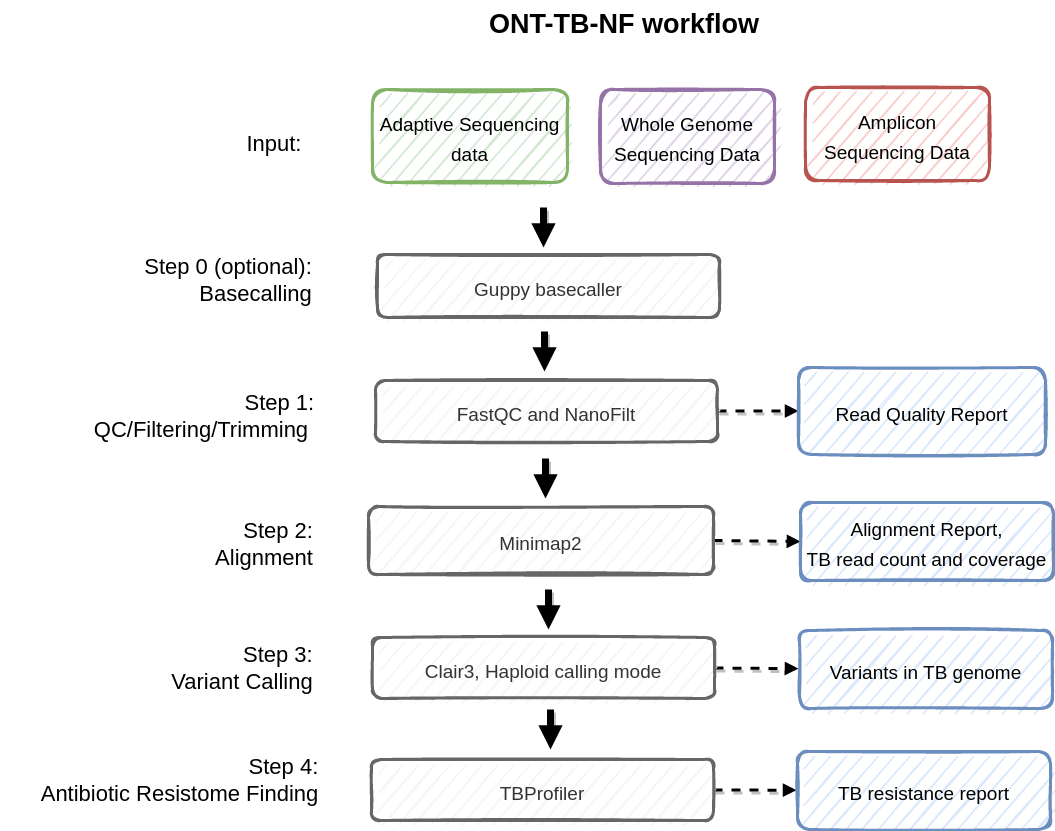
The draw.io diagram figures/wf.png in HKU-BAL/ONT-TB-NF, before a commit. Source tidied: cells renumbered, new cells last; positions are measured from the earlier drawing's top-left corner, leaving out a move shared by most shapes. Source of this version:
```xml
<mxGraphModel>
  <root>
    <mxCell id="0" />
    <mxCell id="1" parent="0" />
    <mxCell id="2" value="&lt;b&gt;&lt;font style=&quot;font-size: 27px;&quot;&gt;ONT-TB-NF workflow&lt;/font&gt;&lt;/b&gt;" style="text;html=1;strokeColor=none;fillColor=none;align=center;verticalAlign=middle;whiteSpace=wrap;rounded=0;" parent="1" vertex="1">
      <mxGeometry x="457" width="334" height="47" as="geometry" />
    </mxCell>
    <mxCell id="3" value="&lt;font style=&quot;font-size: 22px;&quot;&gt;Input:&amp;nbsp;&lt;/font&gt;" style="text;html=1;strokeColor=none;fillColor=none;align=center;verticalAlign=middle;whiteSpace=wrap;rounded=0;fontSize=17;" parent="1" vertex="1">
      <mxGeometry x="247" y="129" width="60" height="30" as="geometry" />
    </mxCell>
    <mxCell id="4" value="&lt;font style=&quot;font-size: 19px;&quot;&gt;Adaptive Sequencing data&lt;/font&gt;" style="rounded=1;whiteSpace=wrap;html=1;fontSize=25;fillColor=#d5e8d4;strokeColor=#82b366;strokeWidth=3;shadow=0;sketch=1;" parent="1" vertex="1">
      <mxGeometry x="372" y="89" width="195" height="93" as="geometry" />
    </mxCell>
    <mxCell id="5" value="&lt;font style=&quot;font-size: 19px;&quot;&gt;Whole Genome Sequencing Data&lt;/font&gt;" style="rounded=1;whiteSpace=wrap;html=1;fontSize=25;fillColor=#e1d5e7;strokeColor=#9673a6;strokeWidth=3;sketch=1;" parent="1" vertex="1">
      <mxGeometry x="600" y="89" width="174" height="94" as="geometry" />
    </mxCell>
    <mxCell id="6" value="&lt;font style=&quot;font-size: 19px;&quot;&gt;Amplicon Sequencing Data&lt;/font&gt;" style="rounded=1;whiteSpace=wrap;html=1;fontSize=25;fillColor=#f8cecc;strokeColor=#b85450;strokeWidth=3;glass=0;sketch=1;" parent="1" vertex="1">
      <mxGeometry x="805" y="87" width="184" height="93" as="geometry" />
    </mxCell>
    <mxCell id="7" value="&lt;span style=&quot;font-size: 19px;&quot;&gt;Guppy basecaller&lt;/span&gt;" style="rounded=1;whiteSpace=wrap;html=1;fontSize=25;fillColor=#f5f5f5;strokeColor=#666666;strokeWidth=3;fontColor=#333333;sketch=1;" parent="1" vertex="1">
      <mxGeometry x="377" y="254" width="342" height="63" as="geometry" />
    </mxCell>
    <mxCell id="8" value="&lt;div style=&quot;text-align: right;&quot;&gt;&lt;span style=&quot;font-size: 22px; background-color: initial;&quot;&gt;Step 0 (optional):&lt;/span&gt;&lt;/div&gt;&lt;font style=&quot;font-size: 22px;&quot;&gt;&lt;div style=&quot;text-align: right;&quot;&gt;&lt;span style=&quot;background-color: initial;&quot;&gt;Basecalling&lt;/span&gt;&lt;/div&gt;&lt;/font&gt;" style="text;html=1;strokeColor=none;fillColor=none;align=center;verticalAlign=middle;whiteSpace=wrap;rounded=0;fontSize=17;" parent="1" vertex="1">
      <mxGeometry x="77" y="258" width="302" height="44" as="geometry" />
    </mxCell>
    <mxCell id="9" value="&lt;div style=&quot;text-align: right;&quot;&gt;&lt;span style=&quot;font-size: 22px; background-color: initial;&quot;&gt;Step 1:&lt;/span&gt;&lt;/div&gt;&lt;font style=&quot;font-size: 22px;&quot;&gt;&lt;div style=&quot;text-align: right;&quot;&gt;QC/Filtering/Trimming&amp;nbsp;&lt;/div&gt;&lt;/font&gt;" style="text;html=1;strokeColor=none;fillColor=none;align=center;verticalAlign=middle;whiteSpace=wrap;rounded=0;fontSize=17;" parent="1" vertex="1">
      <mxGeometry x="53" y="394" width="302" height="43" as="geometry" />
    </mxCell>
    <mxCell id="10" style="endArrow=block;html=1;rounded=0;fontSize=22;strokeWidth=7;strokeColor=default;endFill=1;targetPerimeterSpacing=1;shadow=1;" parent="1" edge="1">
      <mxGeometry relative="1" as="geometry">
        <mxPoint x="543" y="207" as="sourcePoint" />
        <mxPoint x="543" y="247" as="targetPoint" />
      </mxGeometry>
    </mxCell>
    <mxCell id="11" style="edgeStyle=none;rounded=0;jettySize=auto;html=1;exitX=1;exitY=0.5;exitDx=0;exitDy=0;entryX=0;entryY=0.5;entryDx=0;entryDy=0;shadow=1;strokeColor=default;strokeWidth=3;fontSize=20;endArrow=block;endFill=1;targetPerimeterSpacing=1;dashed=1;" parent="1" edge="1" source="12" target="26">
      <mxGeometry relative="1" as="geometry" />
    </mxCell>
    <mxCell id="12" value="&lt;span style=&quot;font-size: 19px;&quot;&gt;FastQC and NanoFilt&lt;/span&gt;" style="rounded=1;whiteSpace=wrap;html=1;fontSize=25;fillColor=#f5f5f5;strokeColor=#666666;strokeWidth=3;fontColor=#333333;sketch=1;" parent="1" vertex="1">
      <mxGeometry x="375" y="380" width="342" height="61" as="geometry" />
    </mxCell>
    <mxCell id="13" style="edgeStyle=none;rounded=0;jettySize=auto;html=1;exitX=1;exitY=0.5;exitDx=0;exitDy=0;entryX=0;entryY=0.5;entryDx=0;entryDy=0;shadow=1;dashed=1;strokeColor=default;strokeWidth=3;fontSize=20;endArrow=block;endFill=1;targetPerimeterSpacing=1;" parent="1" edge="1" source="14" target="27">
      <mxGeometry relative="1" as="geometry" />
    </mxCell>
    <mxCell id="14" value="&lt;span style=&quot;font-size: 19px;&quot;&gt;Minimap2&lt;/span&gt;" style="rounded=1;whiteSpace=wrap;html=1;fontSize=25;fillColor=#f5f5f5;strokeColor=#666666;strokeWidth=3;fontColor=#333333;sketch=1;" parent="1" vertex="1">
      <mxGeometry x="368" y="506" width="345" height="68" as="geometry" />
    </mxCell>
    <mxCell id="15" value="&lt;div style=&quot;text-align: right;&quot;&gt;&lt;span style=&quot;font-size: 22px; background-color: initial;&quot;&gt;Step 2:&lt;/span&gt;&lt;/div&gt;&lt;font style=&quot;font-size: 22px;&quot;&gt;&lt;div style=&quot;text-align: right;&quot;&gt;Alignment&lt;/div&gt;&lt;/font&gt;" style="text;html=1;strokeColor=none;fillColor=none;align=center;verticalAlign=middle;whiteSpace=wrap;rounded=0;fontSize=17;" parent="1" vertex="1">
      <mxGeometry x="113" y="522" width="302" height="43" as="geometry" />
    </mxCell>
    <mxCell id="16" style="endArrow=block;html=1;rounded=0;fontSize=22;strokeWidth=7;strokeColor=default;endFill=1;targetPerimeterSpacing=1;shadow=1;" parent="1" edge="1">
      <mxGeometry relative="1" as="geometry">
        <mxPoint x="544" y="334" as="sourcePoint" />
        <mxPoint x="544" y="374" as="targetPoint" />
      </mxGeometry>
    </mxCell>
    <mxCell id="17" style="endArrow=block;html=1;rounded=0;fontSize=22;strokeWidth=7;strokeColor=default;endFill=1;targetPerimeterSpacing=1;shadow=1;" parent="1" edge="1">
      <mxGeometry relative="1" as="geometry">
        <mxPoint x="545" y="458" as="sourcePoint" />
        <mxPoint x="545" y="498" as="targetPoint" />
      </mxGeometry>
    </mxCell>
    <mxCell id="18" style="edgeStyle=none;rounded=0;jettySize=auto;html=1;exitX=1;exitY=0.5;exitDx=0;exitDy=0;shadow=1;dashed=1;strokeColor=default;strokeWidth=3;fontSize=20;endArrow=block;endFill=1;targetPerimeterSpacing=1;" parent="1" edge="1" source="19" target="28">
      <mxGeometry relative="1" as="geometry" />
    </mxCell>
    <mxCell id="19" value="&lt;span style=&quot;font-size: 19px;&quot;&gt;Clair3, Haploid calling mode&lt;/span&gt;" style="rounded=1;whiteSpace=wrap;html=1;fontSize=25;fillColor=#f5f5f5;strokeColor=#666666;strokeWidth=3;fontColor=#333333;sketch=1;" parent="1" vertex="1">
      <mxGeometry x="372" y="637" width="342" height="61" as="geometry" />
    </mxCell>
    <mxCell id="20" style="endArrow=block;html=1;rounded=0;fontSize=22;strokeWidth=7;strokeColor=default;endFill=1;targetPerimeterSpacing=1;shadow=1;" parent="1" edge="1">
      <mxGeometry relative="1" as="geometry">
        <mxPoint x="548" y="589" as="sourcePoint" />
        <mxPoint x="548" y="629" as="targetPoint" />
      </mxGeometry>
    </mxCell>
    <mxCell id="21" value="&lt;div style=&quot;text-align: right;&quot;&gt;&lt;span style=&quot;font-size: 22px; background-color: initial;&quot;&gt;Step 3:&lt;/span&gt;&lt;/div&gt;&lt;font style=&quot;font-size: 22px;&quot;&gt;&lt;div style=&quot;text-align: right;&quot;&gt;Variant Calling&lt;/div&gt;&lt;/font&gt;" style="text;html=1;strokeColor=none;fillColor=none;align=center;verticalAlign=middle;whiteSpace=wrap;rounded=0;fontSize=17;" parent="1" vertex="1">
      <mxGeometry x="91" y="646" width="302" height="43" as="geometry" />
    </mxCell>
    <mxCell id="22" value="&lt;div style=&quot;text-align: right;&quot;&gt;&lt;span style=&quot;font-size: 22px; background-color: initial;&quot;&gt;Step 4:&lt;/span&gt;&lt;/div&gt;&lt;font style=&quot;font-size: 22px;&quot;&gt;&lt;div style=&quot;text-align: right;&quot;&gt;Antibiotic Resistome Finding&lt;/div&gt;&lt;/font&gt;" style="text;html=1;strokeColor=none;fillColor=none;align=center;verticalAlign=middle;whiteSpace=wrap;rounded=0;fontSize=17;" parent="1" vertex="1">
      <mxGeometry y="758" width="359" height="43" as="geometry" />
    </mxCell>
    <mxCell id="23" style="edgeStyle=none;rounded=0;jettySize=auto;html=1;exitX=1;exitY=0.5;exitDx=0;exitDy=0;shadow=1;dashed=1;strokeColor=default;strokeWidth=3;fontSize=20;endArrow=block;endFill=1;targetPerimeterSpacing=1;" parent="1" edge="1" source="24" target="29">
      <mxGeometry relative="1" as="geometry" />
    </mxCell>
    <mxCell id="24" value="&lt;span style=&quot;font-size: 19px;&quot;&gt;TBProfiler&lt;/span&gt;" style="rounded=1;whiteSpace=wrap;html=1;fontSize=25;fillColor=#f5f5f5;strokeColor=#666666;strokeWidth=3;fontColor=#333333;sketch=1;" parent="1" vertex="1">
      <mxGeometry x="371" y="759" width="342" height="61" as="geometry" />
    </mxCell>
    <mxCell id="25" style="endArrow=block;html=1;rounded=0;fontSize=22;strokeWidth=7;strokeColor=default;endFill=1;targetPerimeterSpacing=1;shadow=1;" parent="1" edge="1">
      <mxGeometry relative="1" as="geometry">
        <mxPoint x="550" y="709" as="sourcePoint" />
        <mxPoint x="550" y="749" as="targetPoint" />
      </mxGeometry>
    </mxCell>
    <mxCell id="26" value="&lt;span style=&quot;font-size: 19px;&quot;&gt;Read Quality Report&lt;/span&gt;" style="rounded=1;whiteSpace=wrap;html=1;fontSize=25;fillColor=#dae8fc;strokeColor=#6c8ebf;strokeWidth=3;sketch=1;" parent="1" vertex="1">
      <mxGeometry x="798" y="367" width="247" height="87" as="geometry" />
    </mxCell>
    <mxCell id="27" value="&lt;span style=&quot;font-size: 19px;&quot;&gt;Alignment Report,&lt;br&gt;TB read count and coverage&lt;br&gt;&lt;/span&gt;" style="rounded=1;whiteSpace=wrap;html=1;fontSize=25;fillColor=#dae8fc;strokeColor=#6c8ebf;strokeWidth=3;sketch=1;" parent="1" vertex="1">
      <mxGeometry x="800" y="502" width="253" height="78" as="geometry" />
    </mxCell>
    <mxCell id="28" value="&lt;span style=&quot;font-size: 19px;&quot;&gt;Variants in TB genome&lt;br&gt;&lt;/span&gt;" style="rounded=1;whiteSpace=wrap;html=1;fontSize=25;fillColor=#dae8fc;strokeColor=#6c8ebf;strokeWidth=3;sketch=1;" parent="1" vertex="1">
      <mxGeometry x="799" y="630" width="253" height="78" as="geometry" />
    </mxCell>
    <mxCell id="29" value="&lt;span style=&quot;font-size: 19px;&quot;&gt;TB resistance report&lt;br&gt;&lt;/span&gt;" style="rounded=1;whiteSpace=wrap;html=1;fontSize=25;fillColor=#dae8fc;strokeColor=#6c8ebf;strokeWidth=3;sketch=1;" parent="1" vertex="1">
      <mxGeometry x="797" y="751" width="253" height="78" as="geometry" />
    </mxCell>
  </root>
</mxGraphModel>
```
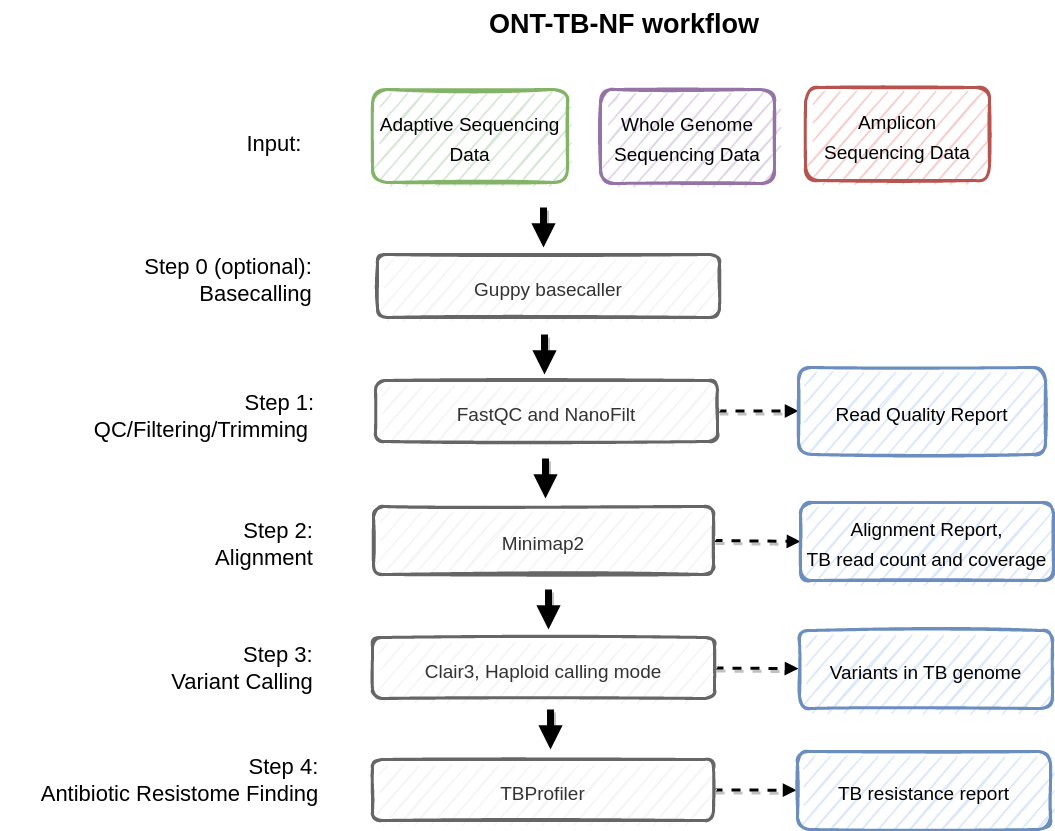
Later version of the same file.

What changed in the source:
```diff
@@ -8,7 +8,7 @@
     <mxCell id="3" value="&lt;font style=&quot;font-size: 22px;&quot;&gt;Input:&amp;nbsp;&lt;/font&gt;" style="text;html=1;strokeColor=none;fillColor=none;align=center;verticalAlign=middle;whiteSpace=wrap;rounded=0;fontSize=17;" parent="1" vertex="1">
       <mxGeometry x="247" y="129" width="60" height="30" as="geometry" />
     </mxCell>
-    <mxCell id="4" value="&lt;font style=&quot;font-size: 19px;&quot;&gt;Adaptive Sequencing data&lt;/font&gt;" style="rounded=1;whiteSpace=wrap;html=1;fontSize=25;fillColor=#d5e8d4;strokeColor=#82b366;strokeWidth=3;shadow=0;sketch=1;" parent="1" vertex="1">
+    <mxCell id="4" value="&lt;font style=&quot;font-size: 19px;&quot;&gt;Adaptive Sequencing Data&lt;/font&gt;" style="rounded=1;whiteSpace=wrap;html=1;fontSize=25;fillColor=#d5e8d4;strokeColor=#82b366;strokeWidth=3;shadow=0;sketch=1;" parent="1" vertex="1">
       <mxGeometry x="372" y="89" width="195" height="93" as="geometry" />
     </mxCell>
     <mxCell id="5" value="&lt;font style=&quot;font-size: 19px;&quot;&gt;Whole Genome Sequencing Data&lt;/font&gt;" style="rounded=1;whiteSpace=wrap;html=1;fontSize=25;fillColor=#e1d5e7;strokeColor=#9673a6;strokeWidth=3;sketch=1;" parent="1" vertex="1">
@@ -42,7 +42,7 @@
       <mxGeometry relative="1" as="geometry" />
     </mxCell>
     <mxCell id="14" value="&lt;span style=&quot;font-size: 19px;&quot;&gt;Minimap2&lt;/span&gt;" style="rounded=1;whiteSpace=wrap;html=1;fontSize=25;fillColor=#f5f5f5;strokeColor=#666666;strokeWidth=3;fontColor=#333333;sketch=1;" parent="1" vertex="1">
-      <mxGeometry x="368" y="506" width="345" height="68" as="geometry" />
+      <mxGeometry x="373" y="506" width="340" height="68" as="geometry" />
     </mxCell>
     <mxCell id="15" value="&lt;div style=&quot;text-align: right;&quot;&gt;&lt;span style=&quot;font-size: 22px; background-color: initial;&quot;&gt;Step 2:&lt;/span&gt;&lt;/div&gt;&lt;font style=&quot;font-size: 22px;&quot;&gt;&lt;div style=&quot;text-align: right;&quot;&gt;Alignment&lt;/div&gt;&lt;/font&gt;" style="text;html=1;strokeColor=none;fillColor=none;align=center;verticalAlign=middle;whiteSpace=wrap;rounded=0;fontSize=17;" parent="1" vertex="1">
       <mxGeometry x="113" y="522" width="302" height="43" as="geometry" />
@@ -81,7 +81,7 @@
       <mxGeometry relative="1" as="geometry" />
     </mxCell>
     <mxCell id="24" value="&lt;span style=&quot;font-size: 19px;&quot;&gt;TBProfiler&lt;/span&gt;" style="rounded=1;whiteSpace=wrap;html=1;fontSize=25;fillColor=#f5f5f5;strokeColor=#666666;strokeWidth=3;fontColor=#333333;sketch=1;" parent="1" vertex="1">
-      <mxGeometry x="371" y="759" width="342" height="61" as="geometry" />
+      <mxGeometry x="372" y="759" width="341" height="61" as="geometry" />
     </mxCell>
     <mxCell id="25" style="endArrow=block;html=1;rounded=0;fontSize=22;strokeWidth=7;strokeColor=default;endFill=1;targetPerimeterSpacing=1;shadow=1;" parent="1" edge="1">
       <mxGeometry relative="1" as="geometry">
```
